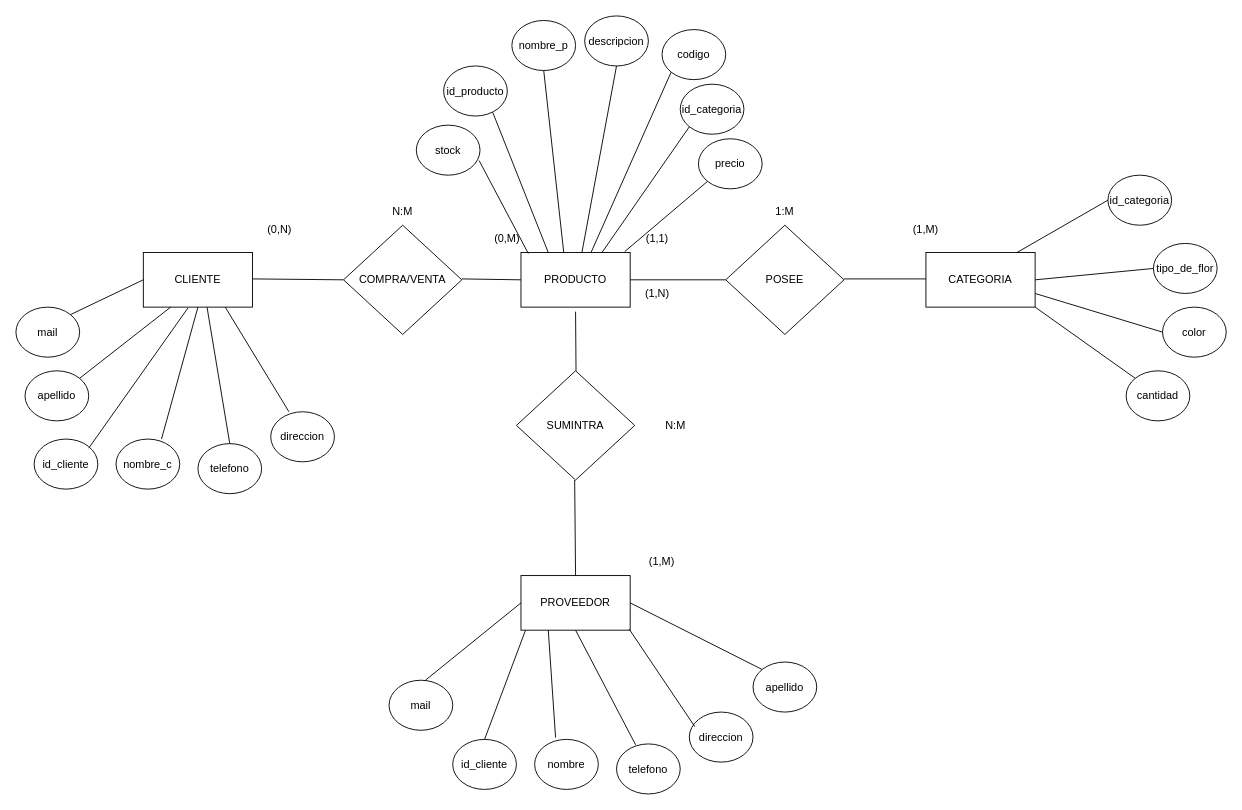
Earlier version of the draw.io diagram Untitled Diagram.drawio (iamsourcer/LaFloreria). Source tidied: cells renumbered, new cells numbered last; positions are measured from the earlier drawing's top-left corner, leaving out a move shared by most shapes. Both pictures are drawn from the tidied source at 91%, with x=0, y=0 at pixel (15, 15).
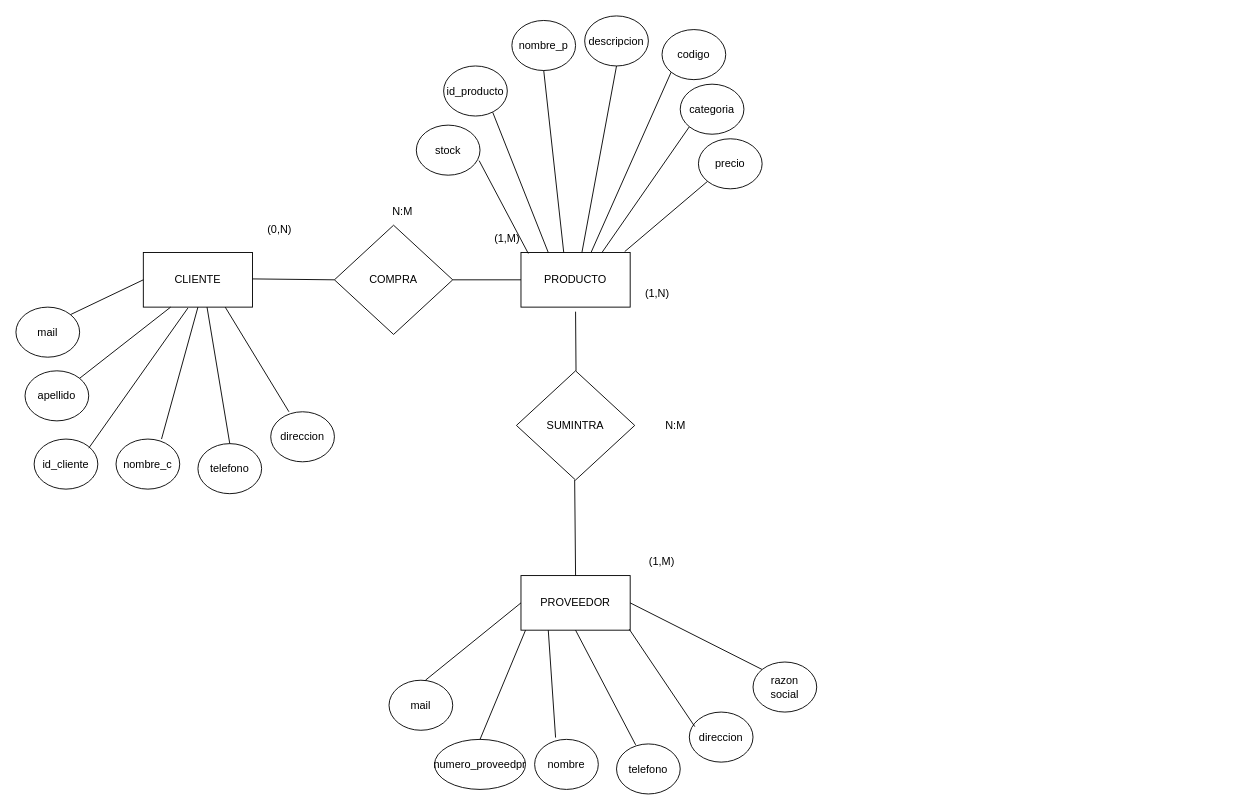
The same page after the edit.

Commit message:
Revisamos con Emanuel en clase 17/10

The change refers to these unchanged cells:
```xml
<mxCell id="4" value="PRODUCTO" style="rounded=0;whiteSpace=wrap;html=1;" parent="1" vertex="1">
  <mxGeometry x="555" y="260" width="120" height="60" as="geometry" />
</mxCell>
<mxCell id="12" value="(1,N)" style="text;html=1;align=center;verticalAlign=middle;whiteSpace=wrap;rounded=0;" parent="1" vertex="1">
  <mxGeometry x="675" y="290" width="60" height="30" as="geometry" />
</mxCell>
```

Diff of the diagram source:
```diff
@@
-    <mxCell id="2" value="CATEGORIA" style="rounded=0;whiteSpace=wrap;html=1;" parent="1" vertex="1">
-      <mxGeometry x="1000" y="260" width="120" height="60" as="geometry" />
-    </mxCell>
@@
-    <mxCell id="6" value="COMPRA/VENTA" style="rhombus;whiteSpace=wrap;html=1;" parent="1" vertex="1">
-      <mxGeometry x="360" y="230" width="130" height="120" as="geometry" />
+    <mxCell id="6" value="COMPRA" style="rhombus;whiteSpace=wrap;html=1;" parent="1" vertex="1">
+      <mxGeometry x="350" y="230" width="130" height="120" as="geometry" />
     </mxCell>
@@
-    <mxCell id="8" value="(0,M)" style="text;html=1;align=center;verticalAlign=middle;whiteSpace=wrap;rounded=0;" parent="1" vertex="1">
+    <mxCell id="8" value="(1,M)" style="text;html=1;align=center;verticalAlign=middle;whiteSpace=wrap;rounded=0;" parent="1" vertex="1">
       <mxGeometry x="510" y="230" width="60" height="30" as="geometry" />
     </mxCell>
@@
-    <mxCell id="20" value="id_cliente" style="ellipse;whiteSpace=wrap;html=1;" parent="1" vertex="1">
-      <mxGeometry x="480" y="795" width="70" height="55" as="geometry" />
+    <mxCell id="20" value="numero_proveedpr" style="ellipse;whiteSpace=wrap;html=1;" parent="1" vertex="1">
+      <mxGeometry x="460" y="795" width="100" height="55" as="geometry" />
     </mxCell>
@@
-    <mxCell id="22" value="apellido" style="ellipse;whiteSpace=wrap;html=1;" parent="1" vertex="1">
+    <mxCell id="22" value="razon&lt;div&gt;social&lt;/div&gt;" style="ellipse;whiteSpace=wrap;html=1;" parent="1" vertex="1">
       <mxGeometry x="810" y="710" width="70" height="55" as="geometry" />
     </mxCell>
@@
-    <mxCell id="31" value="id_categoria" style="ellipse;whiteSpace=wrap;html=1;" parent="1" vertex="1">
+    <mxCell id="31" value="categoria" style="ellipse;whiteSpace=wrap;html=1;" parent="1" vertex="1">
       <mxGeometry x="730" y="75" width="70" height="55" as="geometry" />
     </mxCell>
@@
-    <mxCell id="33" value="POSEE" style="rhombus;whiteSpace=wrap;html=1;" parent="1" vertex="1">
-      <mxGeometry x="780" y="230" width="130" height="120" as="geometry" />
-    </mxCell>
-    <mxCell id="34" value="(1,M)" style="text;html=1;align=center;verticalAlign=middle;whiteSpace=wrap;rounded=0;" parent="1" vertex="1">
-      <mxGeometry x="970" y="220" width="60" height="30" as="geometry" />
-    </mxCell>
-    <mxCell id="35" value="(1,1)" style="text;html=1;align=center;verticalAlign=middle;whiteSpace=wrap;rounded=0;" parent="1" vertex="1">
-      <mxGeometry x="675" y="230" width="60" height="30" as="geometry" />
-    </mxCell>
-    <mxCell id="36" value="1:M" style="text;html=1;align=center;verticalAlign=middle;whiteSpace=wrap;rounded=0;" parent="1" vertex="1">
-      <mxGeometry x="815" y="200" width="60" height="30" as="geometry" />
-    </mxCell>
-    <mxCell id="37" value="id_categoria" style="ellipse;whiteSpace=wrap;html=1;" parent="1" vertex="1">
-      <mxGeometry x="1200" y="175" width="70" height="55" as="geometry" />
-    </mxCell>
-    <mxCell id="38" value="tipo_de_flor" style="ellipse;whiteSpace=wrap;html=1;" parent="1" vertex="1">
-      <mxGeometry x="1250" y="250" width="70" height="55" as="geometry" />
-    </mxCell>
-    <mxCell id="39" value="color" style="ellipse;whiteSpace=wrap;html=1;" parent="1" vertex="1">
-      <mxGeometry x="1260" y="320" width="70" height="55" as="geometry" />
-    </mxCell>
-    <mxCell id="40" value="cantidad" style="ellipse;whiteSpace=wrap;html=1;" parent="1" vertex="1">
-      <mxGeometry x="1220" y="390" width="70" height="55" as="geometry" />
-    </mxCell>
@@
-    <mxCell id="42" style="endArrow=none;html=1;rounded=0;exitX=0;exitY=0.5;exitDx=0;exitDy=0;" parent="1" edge="1" source="4">
-      <mxGeometry relative="1" as="geometry">
-        <mxPoint x="490" y="289" as="targetPoint" />
-      </mxGeometry>
+    <mxCell id="42" style="endArrow=none;html=1;rounded=0;exitX=0;exitY=0.5;exitDx=0;exitDy=0;entryX=1;entryY=0.5;entryDx=0;entryDy=0;" parent="1" edge="1" source="4" target="6">
+      <mxGeometry relative="1" as="geometry" />
     </mxCell>
-    <mxCell id="43" style="endArrow=none;html=1;rounded=0;exitX=0;exitY=0.5;exitDx=0;exitDy=0;entryX=0;entryY=0;entryDx=0;entryDy=0;" parent="1" edge="1" source="33" target="12">
-      <mxGeometry relative="1" as="geometry" />
-    </mxCell>
-    <mxCell id="44" style="endArrow=none;html=1;rounded=0;entryX=0;entryY=0;entryDx=0;entryDy=0;" parent="1" edge="1">
-      <mxGeometry relative="1" as="geometry">
-        <mxPoint x="1000" y="289" as="sourcePoint" />
-        <mxPoint x="910" y="289" as="targetPoint" />
-      </mxGeometry>
-    </mxCell>
@@
-    <mxCell id="66" style="endArrow=none;html=1;rounded=0;entryX=0;entryY=0.5;entryDx=0;entryDy=0;" parent="1" edge="1" target="37">
-      <mxGeometry relative="1" as="geometry">
-        <mxPoint x="1100" y="260" as="sourcePoint" />
-      </mxGeometry>
-    </mxCell>
-    <mxCell id="67" style="endArrow=none;html=1;rounded=0;entryX=0;entryY=0.5;entryDx=0;entryDy=0;" parent="1" edge="1" target="38">
-      <mxGeometry relative="1" as="geometry">
-        <mxPoint x="1120" y="290" as="sourcePoint" />
-      </mxGeometry>
-    </mxCell>
-    <mxCell id="68" style="endArrow=none;html=1;rounded=0;entryX=0;entryY=0.5;entryDx=0;entryDy=0;" parent="1" edge="1" target="39">
-      <mxGeometry relative="1" as="geometry">
-        <mxPoint x="1120" y="305" as="sourcePoint" />
-      </mxGeometry>
-    </mxCell>
-    <mxCell id="69" style="endArrow=none;html=1;rounded=0;entryX=0;entryY=0;entryDx=0;entryDy=0;" parent="1" edge="1" target="40">
-      <mxGeometry relative="1" as="geometry">
-        <mxPoint x="1120" y="320" as="sourcePoint" />
-      </mxGeometry>
-    </mxCell>
```
